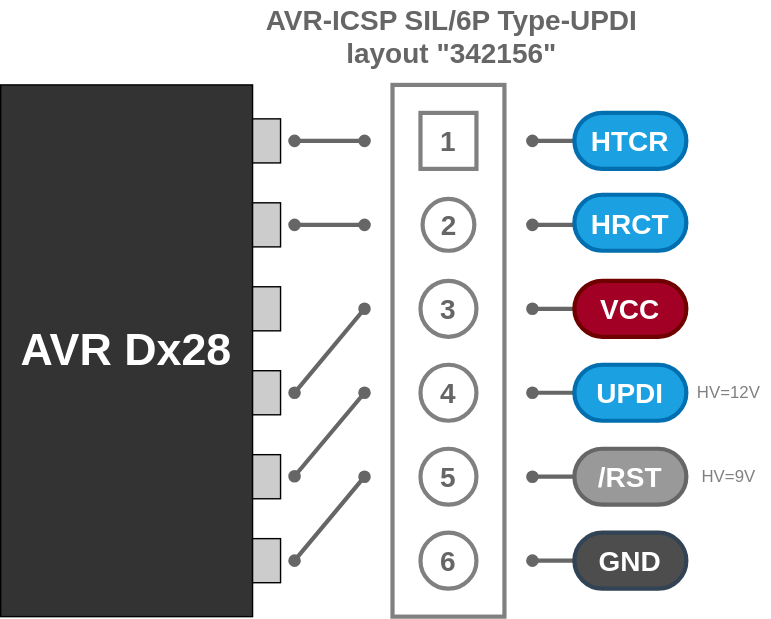
askn37/askn37.github.io keeps this draw.io diagram as svg/AVR-ICSP-S6P-UPDI-342156.drawio.svg. Above is the earlier version. Source tidied: cells renumbered, new cells last; positions are measured from the earlier drawing's top-left corner, leaving out a move shared by most shapes.
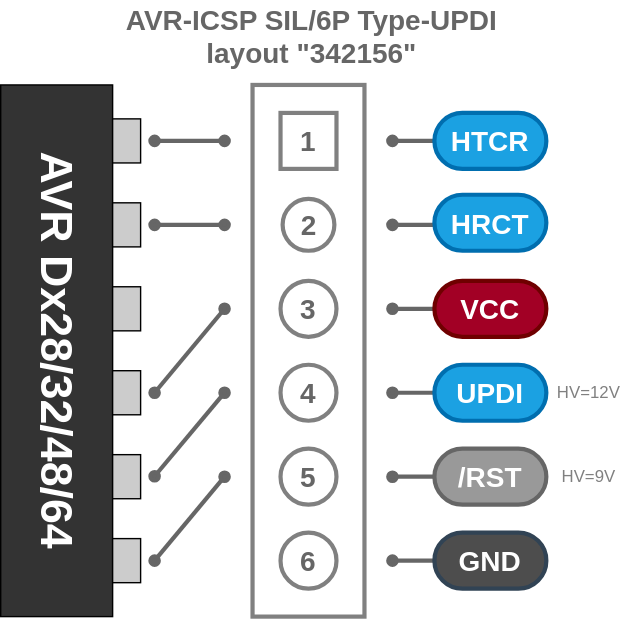
The same diagram one commit later.

Diff of the diagram source:
```diff
@@ -65,8 +65,8 @@
         <mxPoint x="380" y="340" as="targetPoint" />
       </mxGeometry>
     </mxCell>
-    <mxCell id="17" value="AVR Dx28" style="rounded=1;whiteSpace=wrap;html=1;fillColor=#333333;fontColor=#FFFFFF;fontStyle=1;fontSize=32;arcSize=0;" parent="1" vertex="1">
-      <mxGeometry y="60" width="180" height="380" as="geometry" />
+    <mxCell id="17" value="AVR Dx28/32/48/64" style="rounded=1;whiteSpace=wrap;html=1;fillColor=#333333;fontColor=#FFFFFF;fontStyle=1;fontSize=32;arcSize=0;rotation=90;direction=south;" parent="1" vertex="1">
+      <mxGeometry x="-50" y="210" width="380" height="80" as="geometry" />
     </mxCell>
     <mxCell id="18" style="rounded=0;whiteSpace=wrap;html=1;fontSize=32;fontColor=#FFFFFF;fillColor=#CCCCCC;" parent="1" vertex="1">
       <mxGeometry x="180" y="144.2" width="20" height="31.5" as="geometry" />
```
